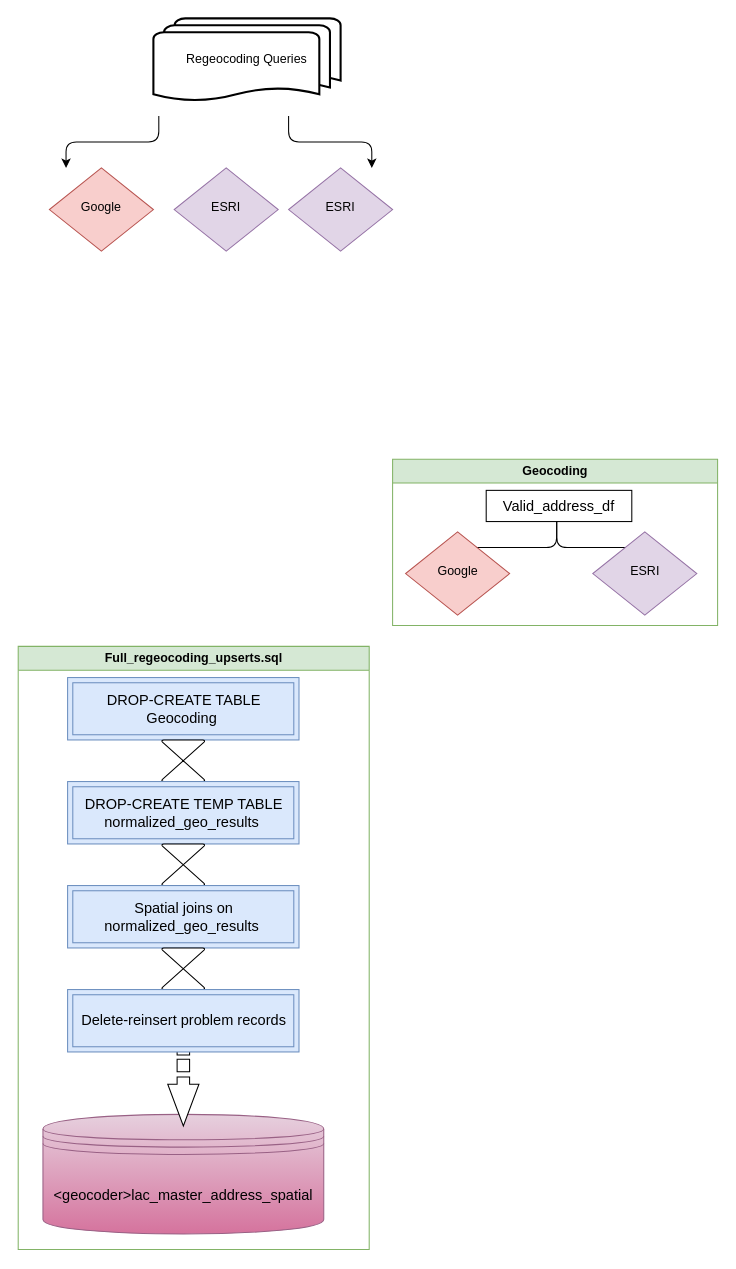
Before: regeocoding_pipeline.drawio in Primordial-Haggis/LA_county_vax_etl_workflow, a draw.io diagram. Source tidied: cells renumbered, new cells numbered last; positions are measured from the earlier drawing's top-left corner, leaving out a move shared by most shapes. Both pictures are drawn from the tidied source at 104%, with x=0, y=0 at pixel (18, 18).
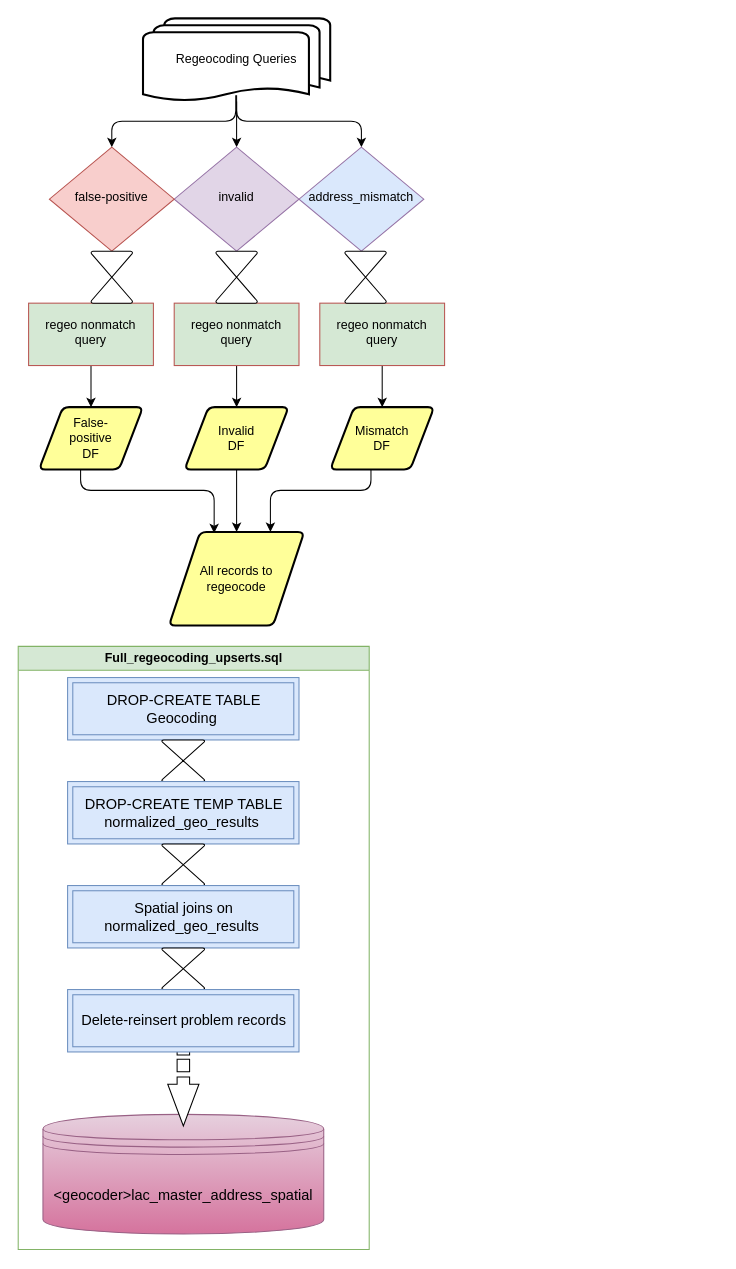
The same page after the edit.

Commit message:
finish sql queries

Change to the diagram source:
```diff
@@
-    <mxCell id="2" value="Geocoding" style="horizontal=1;whiteSpace=wrap;html=1;fontSize=12;glass=0;strokeWidth=1;shadow=0;fillColor=#d5e8d4;strokeColor=#82b366;swimlane;" parent="1" vertex="1">
-      <mxGeometry x="360" y="424" width="312.5" height="160" as="geometry" />
-    </mxCell>
-    <mxCell id="3" value="Valid_address_df" style="whiteSpace=wrap;html=1;fontSize=14;" parent="2" vertex="1">
-      <mxGeometry x="90" y="30" width="140" height="30" as="geometry" />
-    </mxCell>
-    <mxCell id="4" style="edgeStyle=elbowEdgeStyle;elbow=vertical;html=1;rounded=1;curved=0;targetPerimeterSpacing=0;startSize=6;endSize=6;fontSize=14;startArrow=none;" parent="2" edge="1" source="9">
-      <mxGeometry relative="1" as="geometry">
-        <mxPoint x="74.2" y="110" as="targetPoint" />
-      </mxGeometry>
-    </mxCell>
-    <mxCell id="5" style="edgeStyle=elbowEdgeStyle;elbow=vertical;html=1;rounded=1;curved=0;targetPerimeterSpacing=0;startSize=6;endSize=6;fontSize=14;startArrow=none;" parent="2" edge="1" source="8">
-      <mxGeometry relative="1" as="geometry">
-        <mxPoint x="243.5" y="110" as="targetPoint" />
-      </mxGeometry>
-    </mxCell>
-    <mxCell id="6" style="edgeStyle=elbowEdgeStyle;elbow=vertical;html=1;rounded=1;curved=0;sourcePerimeterSpacing=0;targetPerimeterSpacing=0;startSize=6;endSize=6;fontSize=14;" parent="2" edge="1">
-      <mxGeometry relative="1" as="geometry">
-        <mxPoint x="157.8" y="60" as="sourcePoint" />
-        <mxPoint x="237.8" y="110" as="targetPoint" />
-      </mxGeometry>
-    </mxCell>
-    <mxCell id="7" style="edgeStyle=elbowEdgeStyle;elbow=vertical;html=1;rounded=1;curved=0;sourcePerimeterSpacing=0;targetPerimeterSpacing=0;startSize=6;endSize=6;fontSize=14;" parent="2" edge="1">
-      <mxGeometry relative="1" as="geometry">
-        <mxPoint x="157.8" y="60" as="sourcePoint" />
-        <mxPoint x="68.5" y="110" as="targetPoint" />
-      </mxGeometry>
-    </mxCell>
-    <mxCell id="8" value="ESRI" style="rhombus;whiteSpace=wrap;html=1;shadow=0;fontFamily=Helvetica;fontSize=12;align=center;strokeWidth=1;spacing=6;spacingTop=-4;fillColor=#e1d5e7;strokeColor=#9673a6;" parent="2" vertex="1">
-      <mxGeometry x="192.5" y="70" width="100" height="80" as="geometry" />
-    </mxCell>
-    <mxCell id="9" value="Google" style="rhombus;whiteSpace=wrap;html=1;shadow=0;fontFamily=Helvetica;fontSize=12;align=center;strokeWidth=1;spacing=6;spacingTop=-4;fillColor=#f8cecc;strokeColor=#b85450;" parent="2" vertex="1">
-      <mxGeometry x="12.5" y="70" width="100" height="80" as="geometry" />
-    </mxCell>
@@
+    <mxCell id="28" style="edgeStyle=orthogonalEdgeStyle;rounded=0;jettySize=auto;html=1;" parent="1" edge="1" source="22" target="24">
+      <mxGeometry relative="1" as="geometry" />
+    </mxCell>
     <mxCell id="22" value="Regeocoding Queries" style="strokeWidth=2;html=1;shape=mxgraph.flowchart.multi-document;whiteSpace=wrap;" parent="1" vertex="1">
-      <mxGeometry x="130" y="0.2" width="180" height="80" as="geometry" />
+      <mxGeometry x="120" y="0.2" width="180" height="80" as="geometry" />
     </mxCell>
-    <mxCell id="23" style="edgeStyle=elbowEdgeStyle;elbow=vertical;html=1;rounded=1;curved=0;sourcePerimeterSpacing=0;targetPerimeterSpacing=0;startSize=6;endSize=6;fontSize=14;" parent="1" edge="1">
+    <mxCell id="23" style="edgeStyle=elbowEdgeStyle;elbow=vertical;html=1;rounded=1;curved=0;sourcePerimeterSpacing=0;targetPerimeterSpacing=0;startSize=6;endSize=6;fontSize=14;entryX=0.5;entryY=0;entryDx=0;entryDy=0;" parent="1" edge="1" target="25">
       <mxGeometry relative="1" as="geometry">
-        <mxPoint x="135.2" y="94" as="sourcePoint" />
-        <mxPoint x="46" y="144" as="targetPoint" />
+        <mxPoint x="209.2" y="74" as="sourcePoint" />
       </mxGeometry>
     </mxCell>
-    <mxCell id="24" value="ESRI" style="rhombus;whiteSpace=wrap;html=1;shadow=0;fontFamily=Helvetica;fontSize=12;align=center;strokeWidth=1;spacing=6;spacingTop=-4;fillColor=#e1d5e7;strokeColor=#9673a6;" parent="1" vertex="1">
-      <mxGeometry x="150" y="144" width="100" height="80" as="geometry" />
+    <mxCell id="24" value="invalid" style="rhombus;whiteSpace=wrap;html=1;shadow=0;fontFamily=Helvetica;fontSize=12;align=center;strokeWidth=1;spacing=6;spacingTop=-4;fillColor=#e1d5e7;strokeColor=#9673a6;" parent="1" vertex="1">
+      <mxGeometry x="150" y="124" width="120" height="100" as="geometry" />
     </mxCell>
-    <mxCell id="25" value="Google" style="rhombus;whiteSpace=wrap;html=1;shadow=0;fontFamily=Helvetica;fontSize=12;align=center;strokeWidth=1;spacing=6;spacingTop=-4;fillColor=#f8cecc;strokeColor=#b85450;" parent="1" vertex="1">
-      <mxGeometry x="30" y="144" width="100" height="80" as="geometry" />
+    <mxCell id="25" value="false-positive" style="rhombus;whiteSpace=wrap;html=1;shadow=0;fontFamily=Helvetica;fontSize=12;align=center;strokeWidth=1;spacing=6;spacingTop=-4;fillColor=#f8cecc;strokeColor=#b85450;" parent="1" vertex="1">
+      <mxGeometry x="30" y="124" width="120" height="100" as="geometry" />
     </mxCell>
-    <mxCell id="26" style="edgeStyle=elbowEdgeStyle;elbow=vertical;html=1;rounded=1;curved=0;sourcePerimeterSpacing=0;targetPerimeterSpacing=0;startSize=6;endSize=6;fontSize=14;" parent="1" edge="1">
+    <mxCell id="26" style="edgeStyle=elbowEdgeStyle;elbow=vertical;html=1;rounded=1;curved=0;sourcePerimeterSpacing=0;targetPerimeterSpacing=0;startSize=6;endSize=6;fontSize=14;entryX=0.5;entryY=0;entryDx=0;entryDy=0;" parent="1" edge="1" target="27">
       <mxGeometry relative="1" as="geometry">
-        <mxPoint x="260" y="94" as="sourcePoint" />
-        <mxPoint x="340" y="144" as="targetPoint" />
+        <mxPoint x="210" y="74" as="sourcePoint" />
+        <Array as="points">
+          <mxPoint x="290" y="99" />
+        </Array>
       </mxGeometry>
     </mxCell>
-    <mxCell id="27" value="ESRI" style="rhombus;whiteSpace=wrap;html=1;shadow=0;fontFamily=Helvetica;fontSize=12;align=center;strokeWidth=1;spacing=6;spacingTop=-4;fillColor=#e1d5e7;strokeColor=#9673a6;" parent="1" vertex="1">
-      <mxGeometry x="260" y="144" width="100" height="80" as="geometry" />
+    <mxCell id="27" value="address_mismatch" style="rhombus;whiteSpace=wrap;html=1;shadow=0;fontFamily=Helvetica;fontSize=12;align=center;strokeWidth=1;spacing=6;spacingTop=-4;fillColor=#dae8fc;strokeColor=#9673a6;" parent="1" vertex="1">
+      <mxGeometry x="270" y="124" width="120" height="100" as="geometry" />
     </mxCell>
+    <mxCell id="29" style="edgeStyle=orthogonalEdgeStyle;rounded=0;jettySize=auto;html=1;" parent="1" edge="1" source="30" target="39">
+      <mxGeometry relative="1" as="geometry" />
+    </mxCell>
+    <mxCell id="30" value="regeo nonmatch query" style="whiteSpace=wrap;html=1;fillColor=#d5e8d4;strokeColor=#b85450;shadow=0;strokeWidth=1;spacing=6;spacingTop=-4;" parent="1" vertex="1">
+      <mxGeometry x="290" y="274" width="120" height="60" as="geometry" />
+    </mxCell>
+    <mxCell id="31" style="edgeStyle=orthogonalEdgeStyle;rounded=0;jettySize=auto;html=1;" parent="1" edge="1" source="32" target="38">
+      <mxGeometry relative="1" as="geometry" />
+    </mxCell>
+    <mxCell id="32" value="regeo nonmatch query" style="whiteSpace=wrap;html=1;fillColor=#d5e8d4;strokeColor=#b85450;shadow=0;strokeWidth=1;spacing=6;spacingTop=-4;" parent="1" vertex="1">
+      <mxGeometry x="10" y="274" width="120" height="60" as="geometry" />
+    </mxCell>
+    <mxCell id="33" style="edgeStyle=orthogonalEdgeStyle;rounded=0;jettySize=auto;html=1;" parent="1" edge="1" source="34" target="41">
+      <mxGeometry relative="1" as="geometry" />
+    </mxCell>
+    <mxCell id="34" value="regeo nonmatch query" style="whiteSpace=wrap;html=1;fillColor=#d5e8d4;strokeColor=#b85450;shadow=0;strokeWidth=1;spacing=6;spacingTop=-4;" parent="1" vertex="1">
+      <mxGeometry x="150" y="274" width="120" height="60" as="geometry" />
+    </mxCell>
+    <mxCell id="35" style="verticalLabelPosition=bottom;verticalAlign=top;html=1;shape=mxgraph.flowchart.collate;" parent="1" vertex="1">
+      <mxGeometry x="70" y="224" width="40" height="50" as="geometry" />
+    </mxCell>
+    <mxCell id="36" style="verticalLabelPosition=bottom;verticalAlign=top;html=1;shape=mxgraph.flowchart.collate;" parent="1" vertex="1">
+      <mxGeometry x="190" y="224" width="40" height="50" as="geometry" />
+    </mxCell>
+    <mxCell id="37" style="verticalLabelPosition=bottom;verticalAlign=top;html=1;shape=mxgraph.flowchart.collate;" parent="1" vertex="1">
+      <mxGeometry x="314" y="224" width="40" height="50" as="geometry" />
+    </mxCell>
+    <mxCell id="38" value="False-&lt;br&gt;positive&lt;br&gt;DF" style="shape=parallelogram;html=1;strokeWidth=2;perimeter=parallelogramPerimeter;whiteSpace=wrap;rounded=1;arcSize=12;size=0.23;fillColor=#FFFF99;" parent="1" vertex="1">
+      <mxGeometry x="20" y="374" width="100" height="60" as="geometry" />
+    </mxCell>
+    <mxCell id="39" value="Mismatch&lt;br&gt;DF" style="shape=parallelogram;html=1;strokeWidth=2;perimeter=parallelogramPerimeter;whiteSpace=wrap;rounded=1;arcSize=12;size=0.23;fillColor=#FFFF99;" parent="1" vertex="1">
+      <mxGeometry x="300" y="374" width="100" height="60" as="geometry" />
+    </mxCell>
+    <mxCell id="40" style="edgeStyle=orthogonalEdgeStyle;rounded=0;jettySize=auto;html=1;" parent="1" edge="1" source="41" target="44">
+      <mxGeometry relative="1" as="geometry" />
+    </mxCell>
+    <mxCell id="41" value="Invalid&lt;br&gt;DF" style="shape=parallelogram;html=1;strokeWidth=2;perimeter=parallelogramPerimeter;whiteSpace=wrap;rounded=1;arcSize=12;size=0.23;fillColor=#FFFF99;" parent="1" vertex="1">
+      <mxGeometry x="160" y="374" width="100" height="60" as="geometry" />
+    </mxCell>
+    <mxCell id="42" style="edgeStyle=elbowEdgeStyle;elbow=vertical;html=1;rounded=1;curved=0;sourcePerimeterSpacing=0;targetPerimeterSpacing=0;startSize=6;endSize=6;fontSize=14;entryX=0.75;entryY=0;entryDx=0;entryDy=0;" parent="1" edge="1" target="44">
+      <mxGeometry relative="1" as="geometry">
+        <mxPoint x="339.2" y="434" as="sourcePoint" />
+        <Array as="points">
+          <mxPoint x="280" y="454" />
+        </Array>
+      </mxGeometry>
+    </mxCell>
+    <mxCell id="43" style="edgeStyle=elbowEdgeStyle;elbow=vertical;html=1;rounded=1;curved=0;sourcePerimeterSpacing=0;targetPerimeterSpacing=0;startSize=6;endSize=6;fontSize=14;entryX=0.334;entryY=0.012;entryDx=0;entryDy=0;entryPerimeter=0;" parent="1" edge="1" target="44">
+      <mxGeometry relative="1" as="geometry">
+        <mxPoint x="60" y="434" as="sourcePoint" />
+        <Array as="points">
+          <mxPoint x="140" y="454" />
+          <mxPoint x="140" y="459" />
+        </Array>
+      </mxGeometry>
+    </mxCell>
+    <mxCell id="44" value="All records to regeocode" style="shape=parallelogram;html=1;strokeWidth=2;perimeter=parallelogramPerimeter;whiteSpace=wrap;rounded=1;arcSize=12;size=0.23;fillColor=#FFFF99;" parent="1" vertex="1">
+      <mxGeometry x="145" y="494" width="130" height="90" as="geometry" />
+    </mxCell>
```
